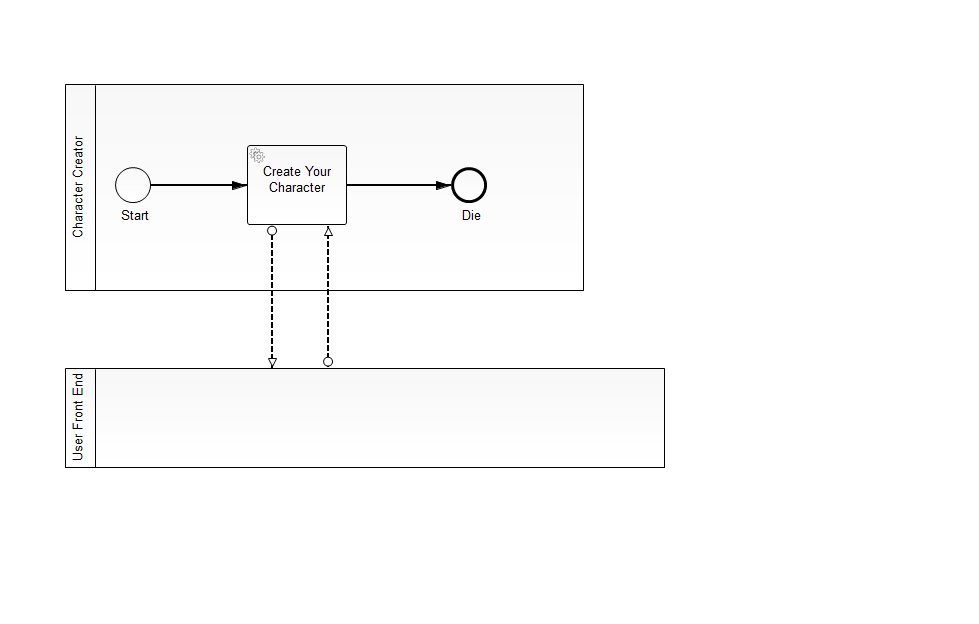
NPDeehan/bpmn-quest keeps this BPMN diagram as src/main/resources/createcharacter.png. Above is the earlier version. Its source is kept beside it as src/main/resources/createcharacter.bpmn. Ids are renumbered. Its diagram source:
```xml
<bpmn2:definitions xmlns:xsi="http://www.w3.org/2001/XMLSchema-instance" xmlns:bpmn2="http://www.omg.org/spec/BPMN/20100524/MODEL" xmlns:bpmndi="http://www.omg.org/spec/BPMN/20100524/DI" xmlns:camunda="http://activiti.org/bpmn" xmlns:dc="http://www.omg.org/spec/DD/20100524/DC" xmlns:di="http://www.omg.org/spec/DD/20100524/DI" xsi:schemaLocation="http://www.omg.org/spec/BPMN/20100524/MODEL BPMN20.xsd" id="Definitions_1" exporter="camunda modeler" exporterVersion="2.7.0" targetNamespace="http://www.example.org/bpmn">
  <bpmn2:collaboration id="Collaboration_1" name="Default Collaboration">
    <bpmn2:participant id="createCharacter" name="Character Creator" processRef="CharacterCreator"/>
    <bpmn2:participant id="user-front-end" name="User Front End"/>
    <bpmn2:messageFlow id="MessageFlow_1" name="" sourceRef="UserTask_1" targetRef="user-front-end"/>
    <bpmn2:messageFlow id="MessageFlow_3" name="" sourceRef="user-front-end" targetRef="UserTask_1"/>
  </bpmn2:collaboration>
  <bpmn2:process id="CharacterCreator" name="CharacterCreator" isExecutable="true">
    <bpmn2:startEvent id="StartEvent_1" name="Start">
      <bpmn2:outgoing>SequenceFlow_1</bpmn2:outgoing>
    </bpmn2:startEvent>
    <bpmn2:endEvent id="EndEvent_1" name="Die">
      <bpmn2:incoming>SequenceFlow_2</bpmn2:incoming>
    </bpmn2:endEvent>
    <bpmn2:sequenceFlow id="SequenceFlow_1" sourceRef="StartEvent_1" targetRef="UserTask_1"/>
    <bpmn2:serviceTask id="UserTask_1" name="Create Your Character">
      <bpmn2:incoming>SequenceFlow_1</bpmn2:incoming>
      <bpmn2:outgoing>SequenceFlow_2</bpmn2:outgoing>
    </bpmn2:serviceTask>
    <bpmn2:sequenceFlow id="SequenceFlow_2" name="" sourceRef="UserTask_1" targetRef="EndEvent_1"/>
  </bpmn2:process>
  <bpmndi:BPMNDiagram id="BPMNDiagram_1" name="Default Collaboration Diagram">
    <bpmndi:BPMNPlane id="BPMNPlane_1" bpmnElement="Collaboration_1">
      <bpmndi:BPMNShape id="BPMNShape_1" bpmnElement="createCharacter" isHorizontal="true">
        <dc:Bounds height="207.0" width="519.0" x="65.0" y="84.0"/>
      </bpmndi:BPMNShape>
      <bpmndi:BPMNShape id="BPMNShape_StartEvent_1" bpmnElement="StartEvent_1">
        <dc:Bounds height="36.0" width="36.0" x="115.0" y="167.0"/>
        <bpmndi:BPMNLabel>
          <dc:Bounds height="0.0" width="0.0" x="136.0" y="205.0"/>
        </bpmndi:BPMNLabel>
      </bpmndi:BPMNShape>
      <bpmndi:BPMNShape id="BPMNShape_EndEvent_1" bpmnElement="EndEvent_1">
        <dc:Bounds height="36.0" width="36.0" x="451.0" y="167.0"/>
        <bpmndi:BPMNLabel>
          <dc:Bounds height="0.0" width="0.0" x="472.0" y="205.0"/>
        </bpmndi:BPMNLabel>
      </bpmndi:BPMNShape>
      <bpmndi:BPMNEdge id="BPMNEdge_SequenceFlow_1" bpmnElement="SequenceFlow_1" sourceElement="BPMNShape_StartEvent_1" targetElement="_BPMNShape_UserTask_2">
        <di:waypoint xsi:type="dc:Point" x="151.0" y="185.0"/>
        <di:waypoint xsi:type="dc:Point" x="247.0" y="185.0"/>
        <bpmndi:BPMNLabel>
          <dc:Bounds height="0.0" width="0.0" x="176.0" y="185.0"/>
        </bpmndi:BPMNLabel>
      </bpmndi:BPMNEdge>
      <bpmndi:BPMNShape id="_BPMNShape_UserTask_2" bpmnElement="UserTask_1">
        <dc:Bounds height="80.0" width="100.0" x="247.0" y="145.0"/>
      </bpmndi:BPMNShape>
      <bpmndi:BPMNEdge id="BPMNEdge_SequenceFlow_2" bpmnElement="SequenceFlow_2" sourceElement="_BPMNShape_UserTask_2" targetElement="BPMNShape_EndEvent_1">
        <di:waypoint xsi:type="dc:Point" x="347.0" y="185.0"/>
        <di:waypoint xsi:type="dc:Point" x="451.0" y="185.0"/>
        <bpmndi:BPMNLabel>
          <dc:Bounds height="6.0" width="6.0" x="377.0" y="185.0"/>
        </bpmndi:BPMNLabel>
      </bpmndi:BPMNEdge>
      <bpmndi:BPMNShape id="_BPMNShape_Participant_2" bpmnElement="user-front-end" isHorizontal="true">
        <dc:Bounds height="100.0" width="600.0" x="65.0" y="368.0"/>
      </bpmndi:BPMNShape>
      <bpmndi:BPMNEdge id="BPMNEdge_MessageFlow_1" bpmnElement="MessageFlow_1" sourceElement="_BPMNShape_UserTask_2" targetElement="_BPMNShape_Participant_2">
        <di:waypoint xsi:type="dc:Point" x="272.0" y="225.0"/>
        <di:waypoint xsi:type="dc:Point" x="272.0" y="368.0"/>
        <bpmndi:BPMNLabel>
          <dc:Bounds height="6.0" width="6.0" x="316.0" y="259.0"/>
        </bpmndi:BPMNLabel>
      </bpmndi:BPMNEdge>
      <bpmndi:BPMNEdge id="BPMNEdge_MessageFlow_3" bpmnElement="MessageFlow_3" sourceElement="_BPMNShape_Participant_2" targetElement="_BPMNShape_UserTask_2">
        <di:waypoint xsi:type="dc:Point" x="328.0" y="367.0"/>
        <di:waypoint xsi:type="dc:Point" x="328.0" y="225.0"/>
      </bpmndi:BPMNEdge>
    </bpmndi:BPMNPlane>
  </bpmndi:BPMNDiagram>
</bpmn2:definitions>
```
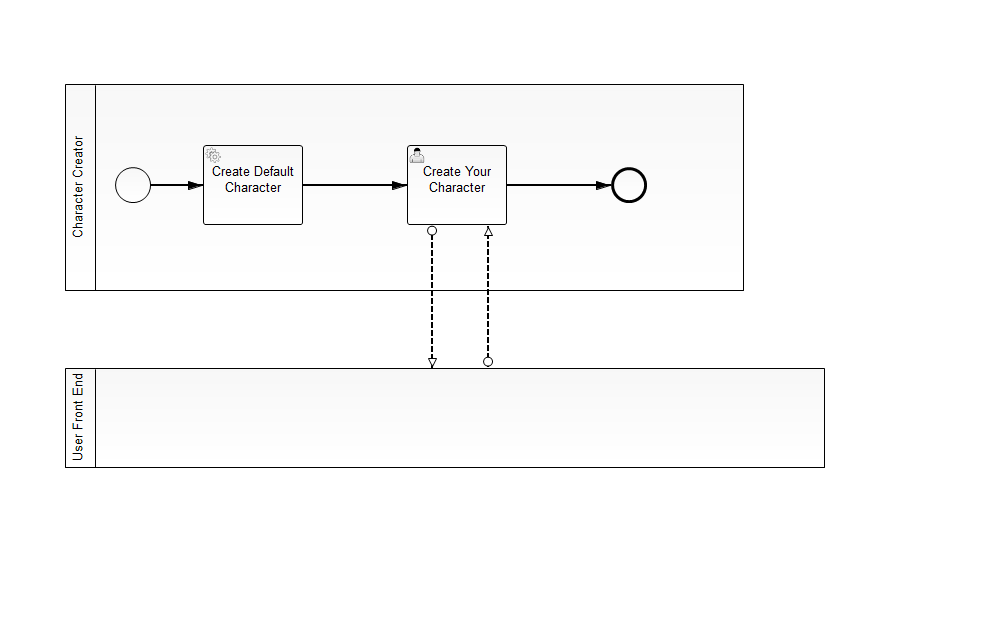
Above is the later version.

The edit, as a diff of the source:
```diff
@@ -1,71 +1,199 @@
-<bpmn2:definitions xmlns:xsi="http://www.w3.org/2001/XMLSchema-instance" xmlns:bpmn2="http://www.omg.org/spec/BPMN/20100524/MODEL" xmlns:bpmndi="http://www.omg.org/spec/BPMN/20100524/DI" xmlns:camunda="http://activiti.org/bpmn" xmlns:dc="http://www.omg.org/spec/DD/20100524/DC" xmlns:di="http://www.omg.org/spec/DD/20100524/DI" xsi:schemaLocation="http://www.omg.org/spec/BPMN/20100524/MODEL BPMN20.xsd" id="Definitions_1" exporter="camunda modeler" exporterVersion="2.7.0" targetNamespace="http://www.example.org/bpmn">
+<bpmn2:definitions xmlns:bpmn2="http://www.omg.org/spec/BPMN/20100524/MODEL" xmlns:camunda="http://activiti.org/bpmn" xmlns:bpmndi="http://www.omg.org/spec/BPMN/20100524/DI" xmlns:di="http://www.omg.org/spec/DD/20100524/DI" xmlns:dc="http://www.omg.org/spec/DD/20100524/DC" xmlns:xsi="http://www.w3.org/2001/XMLSchema-instance" id="Definitions_1" targetNamespace="http://www.example.org/bpmn" exporter="camunda modeler" exporterVersion="2.7.0" xsi:schemaLocation="http://www.omg.org/spec/BPMN/20100524/MODEL BPMN20.xsd">
   <bpmn2:collaboration id="Collaboration_1" name="Default Collaboration">
-    <bpmn2:participant id="createCharacter" name="Character Creator" processRef="CharacterCreator"/>
-    <bpmn2:participant id="user-front-end" name="User Front End"/>
-    <bpmn2:messageFlow id="MessageFlow_1" name="" sourceRef="UserTask_1" targetRef="user-front-end"/>
-    <bpmn2:messageFlow id="MessageFlow_3" name="" sourceRef="user-front-end" targetRef="UserTask_1"/>
+    <bpmn2:participant id="createCharacter" name="Character Creator" processRef="CharacterCreator" />
+    <bpmn2:participant id="user-front-end" name="User Front End" />
+    <bpmn2:messageFlow id="MessageFlow_1" name="" sourceRef="UserTask_n1" targetRef="user-front-end" />
+    <bpmn2:messageFlow id="MessageFlow_3" name="" sourceRef="user-front-end" targetRef="UserTask_n1" />
   </bpmn2:collaboration>
   <bpmn2:process id="CharacterCreator" name="CharacterCreator" isExecutable="true">
-    <bpmn2:startEvent id="StartEvent_1" name="Start">
+    <bpmn2:startEvent id="StartEvent_1">
       <bpmn2:outgoing>SequenceFlow_1</bpmn2:outgoing>
     </bpmn2:startEvent>
-    <bpmn2:endEvent id="EndEvent_1" name="Die">
-      <bpmn2:incoming>SequenceFlow_2</bpmn2:incoming>
+    <bpmn2:sequenceFlow id="SequenceFlow_1" sourceRef="StartEvent_1" targetRef="ServiceTask_n2" />
+    <bpmn2:sequenceFlow id="SequenceFlow_n3" sourceRef="ServiceTask_n2" targetRef="UserTask_n1" />
+    <bpmn2:serviceTask id="ServiceTask_n2" name="Create Default Character" camunda:class="org.camunda.bpmn.quest.CharacterCreator.CreateCharacterDelegate">
+      <bpmn2:incoming>SequenceFlow_1</bpmn2:incoming>
+      <bpmn2:outgoing>SequenceFlow_n3</bpmn2:outgoing>
+    </bpmn2:serviceTask>
+    <bpmn2:userTask id="UserTask_n1" name="Create Your Character">
+      <bpmn2:incoming>SequenceFlow_n3</bpmn2:incoming>
+      <bpmn2:outgoing>SequenceFlow_n4</bpmn2:outgoing>
+    </bpmn2:userTask>
+    <bpmn2:sequenceFlow id="SequenceFlow_n4" sourceRef="UserTask_n1" targetRef="UserTask_n5" />
+    <bpmn2:userTask id="UserTask_n5" name="Fight or Flee">
+      <bpmn2:incoming>SequenceFlow_n4</bpmn2:incoming>
+      <bpmn2:outgoing>SequenceFlow_n6</bpmn2:outgoing>
+    </bpmn2:userTask>
+    <bpmn2:exclusiveGateway id="ExclusiveGateway_n7" name="Wanna Fight?">
+      <bpmn2:incoming>SequenceFlow_n6</bpmn2:incoming>
+      <bpmn2:outgoing>SequenceFlow_n8</bpmn2:outgoing>
+      <bpmn2:outgoing>SequenceFlow_n9</bpmn2:outgoing>
+    </bpmn2:exclusiveGateway>
+    <bpmn2:sequenceFlow id="SequenceFlow_n6" sourceRef="UserTask_n5" targetRef="ExclusiveGateway_n7" />
+    <bpmn2:sequenceFlow id="SequenceFlow_n8" name="NO!" sourceRef="ExclusiveGateway_n7" targetRef="UserTask_n10" />
+    <bpmn2:sequenceFlow id="SequenceFlow_n9" name="Yes!" sourceRef="ExclusiveGateway_n7" targetRef="ServiceTask_n11" />
+    <bpmn2:exclusiveGateway id="ExclusiveGateway_n12">
+      <bpmn2:incoming>SequenceFlow_n13</bpmn2:incoming>
+      <bpmn2:incoming>SequenceFlow_n14</bpmn2:incoming>
+      <bpmn2:outgoing>SequenceFlow_n15</bpmn2:outgoing>
+    </bpmn2:exclusiveGateway>
+    <bpmn2:sequenceFlow id="SequenceFlow_n14" sourceRef="UserTask_n10" targetRef="ExclusiveGateway_n12" />
+    <bpmn2:sequenceFlow id="SequenceFlow_n13" sourceRef="UserTask_n16" targetRef="ExclusiveGateway_n12" />
+    <bpmn2:sequenceFlow id="SequenceFlow_n17" sourceRef="ServiceTask_n11" targetRef="UserTask_n16" />
+    <bpmn2:userTask id="UserTask_n10">
+      <bpmn2:incoming>SequenceFlow_n8</bpmn2:incoming>
+      <bpmn2:outgoing>SequenceFlow_n14</bpmn2:outgoing>
+    </bpmn2:userTask>
+    <bpmn2:serviceTask id="ServiceTask_n11" name="Start fight">
+      <bpmn2:incoming>SequenceFlow_n9</bpmn2:incoming>
+      <bpmn2:outgoing>SequenceFlow_n17</bpmn2:outgoing>
+    </bpmn2:serviceTask>
+    <bpmn2:userTask id="UserTask_n16" name="View Fight Restult">
+      <bpmn2:incoming>SequenceFlow_n17</bpmn2:incoming>
+      <bpmn2:outgoing>SequenceFlow_n13</bpmn2:outgoing>
+    </bpmn2:userTask>
+    <bpmn2:sequenceFlow id="SequenceFlow_n15" sourceRef="ExclusiveGateway_n12" targetRef="EndEvent_n18" />
+    <bpmn2:endEvent id="EndEvent_n18">
+      <bpmn2:incoming>SequenceFlow_n15</bpmn2:incoming>
     </bpmn2:endEvent>
-    <bpmn2:sequenceFlow id="SequenceFlow_1" sourceRef="StartEvent_1" targetRef="UserTask_1"/>
-    <bpmn2:serviceTask id="UserTask_1" name="Create Your Character">
-      <bpmn2:incoming>SequenceFlow_1</bpmn2:incoming>
-      <bpmn2:outgoing>SequenceFlow_2</bpmn2:outgoing>
-    </bpmn2:serviceTask>
-    <bpmn2:sequenceFlow id="SequenceFlow_2" name="" sourceRef="UserTask_1" targetRef="EndEvent_1"/>
   </bpmn2:process>
-  <bpmndi:BPMNDiagram id="BPMNDiagram_1" name="Default Collaboration Diagram">
+  <bpmndi:BPMNDiagram id="BPMNDiagram_1" di:name="Default Collaboration Diagram">
     <bpmndi:BPMNPlane id="BPMNPlane_1" bpmnElement="Collaboration_1">
       <bpmndi:BPMNShape id="BPMNShape_1" bpmnElement="createCharacter" isHorizontal="true">
-        <dc:Bounds height="207.0" width="519.0" x="65.0" y="84.0"/>
+        <dc:Bounds x="65" y="-94" width="2011" height="527" />
       </bpmndi:BPMNShape>
       <bpmndi:BPMNShape id="BPMNShape_StartEvent_1" bpmnElement="StartEvent_1">
-        <dc:Bounds height="36.0" width="36.0" x="115.0" y="167.0"/>
+        <dc:Bounds x="115" y="167" width="36" height="36" />
         <bpmndi:BPMNLabel>
-          <dc:Bounds height="0.0" width="0.0" x="136.0" y="205.0"/>
+          <dc:Bounds x="136" y="205" width="0" height="0" />
         </bpmndi:BPMNLabel>
       </bpmndi:BPMNShape>
-      <bpmndi:BPMNShape id="BPMNShape_EndEvent_1" bpmnElement="EndEvent_1">
-        <dc:Bounds height="36.0" width="36.0" x="451.0" y="167.0"/>
+      <bpmndi:BPMNEdge id="BPMNEdge_SequenceFlow_1" bpmnElement="SequenceFlow_1" sourceElement="BPMNShape_StartEvent_1">
+        <di:waypoint xsi:type="dc:Point" x="151" y="185" />
+        <di:waypoint xsi:type="dc:Point" x="203" y="185" />
         <bpmndi:BPMNLabel>
-          <dc:Bounds height="0.0" width="0.0" x="472.0" y="205.0"/>
-        </bpmndi:BPMNLabel>
-      </bpmndi:BPMNShape>
-      <bpmndi:BPMNEdge id="BPMNEdge_SequenceFlow_1" bpmnElement="SequenceFlow_1" sourceElement="BPMNShape_StartEvent_1" targetElement="_BPMNShape_UserTask_2">
-        <di:waypoint xsi:type="dc:Point" x="151.0" y="185.0"/>
-        <di:waypoint xsi:type="dc:Point" x="247.0" y="185.0"/>
-        <bpmndi:BPMNLabel>
-          <dc:Bounds height="0.0" width="0.0" x="176.0" y="185.0"/>
-        </bpmndi:BPMNLabel>
-      </bpmndi:BPMNEdge>
-      <bpmndi:BPMNShape id="_BPMNShape_UserTask_2" bpmnElement="UserTask_1">
-        <dc:Bounds height="80.0" width="100.0" x="247.0" y="145.0"/>
-      </bpmndi:BPMNShape>
-      <bpmndi:BPMNEdge id="BPMNEdge_SequenceFlow_2" bpmnElement="SequenceFlow_2" sourceElement="_BPMNShape_UserTask_2" targetElement="BPMNShape_EndEvent_1">
-        <di:waypoint xsi:type="dc:Point" x="347.0" y="185.0"/>
-        <di:waypoint xsi:type="dc:Point" x="451.0" y="185.0"/>
-        <bpmndi:BPMNLabel>
-          <dc:Bounds height="6.0" width="6.0" x="377.0" y="185.0"/>
+          <dc:Bounds x="176" y="185" width="0" height="0" />
         </bpmndi:BPMNLabel>
       </bpmndi:BPMNEdge>
       <bpmndi:BPMNShape id="_BPMNShape_Participant_2" bpmnElement="user-front-end" isHorizontal="true">
-        <dc:Bounds height="100.0" width="600.0" x="65.0" y="368.0"/>
+        <dc:Bounds x="55" y="621" width="1410" height="100" />
       </bpmndi:BPMNShape>
-      <bpmndi:BPMNEdge id="BPMNEdge_MessageFlow_1" bpmnElement="MessageFlow_1" sourceElement="_BPMNShape_UserTask_2" targetElement="_BPMNShape_Participant_2">
-        <di:waypoint xsi:type="dc:Point" x="272.0" y="225.0"/>
-        <di:waypoint xsi:type="dc:Point" x="272.0" y="368.0"/>
+      <bpmndi:BPMNEdge id="BPMNEdge_MessageFlow_1" bpmnElement="MessageFlow_1" targetElement="_BPMNShape_Participant_2">
+        <di:waypoint xsi:type="dc:Point" x="432" y="225" />
+        <di:waypoint xsi:type="dc:Point" x="432" y="621" />
         <bpmndi:BPMNLabel>
-          <dc:Bounds height="6.0" width="6.0" x="316.0" y="259.0"/>
+          <dc:Bounds x="434" y="259" width="90" height="6" />
         </bpmndi:BPMNLabel>
       </bpmndi:BPMNEdge>
-      <bpmndi:BPMNEdge id="BPMNEdge_MessageFlow_3" bpmnElement="MessageFlow_3" sourceElement="_BPMNShape_Participant_2" targetElement="_BPMNShape_UserTask_2">
-        <di:waypoint xsi:type="dc:Point" x="328.0" y="367.0"/>
-        <di:waypoint xsi:type="dc:Point" x="328.0" y="225.0"/>
+      <bpmndi:BPMNEdge id="BPMNEdge_MessageFlow_3" bpmnElement="MessageFlow_3" sourceElement="_BPMNShape_Participant_2">
+        <di:waypoint xsi:type="dc:Point" x="488" y="620" />
+        <di:waypoint xsi:type="dc:Point" x="488" y="225" />
+        <bpmndi:BPMNLabel>
+          <dc:Bounds x="446" y="283" width="90" height="20" />
+        </bpmndi:BPMNLabel>
+      </bpmndi:BPMNEdge>
+      <bpmndi:BPMNEdge id="SequenceFlow_n3_di" bpmnElement="SequenceFlow_n3">
+        <di:waypoint xsi:type="dc:Point" x="303" y="185" />
+        <di:waypoint xsi:type="dc:Point" x="407" y="185" />
+        <bpmndi:BPMNLabel>
+          <dc:Bounds x="280" y="175" width="90" height="20" />
+        </bpmndi:BPMNLabel>
+      </bpmndi:BPMNEdge>
+      <bpmndi:BPMNShape id="UserTask_n1_di" bpmnElement="UserTask_n1">
+        <dc:Bounds x="407" y="145" width="100" height="80" />
+      </bpmndi:BPMNShape>
+      <bpmndi:BPMNShape id="ServiceTask_n2_di" bpmnElement="ServiceTask_n2">
+        <dc:Bounds x="203" y="145" width="100" height="80" />
+      </bpmndi:BPMNShape>
+      <bpmndi:BPMNEdge id="SequenceFlow_n4_di" bpmnElement="SequenceFlow_n4">
+        <di:waypoint xsi:type="dc:Point" x="507" y="185" />
+        <di:waypoint xsi:type="dc:Point" x="581" y="185" />
+        <bpmndi:BPMNLabel>
+          <dc:Bounds x="499" y="175" width="90" height="20" />
+        </bpmndi:BPMNLabel>
+      </bpmndi:BPMNEdge>
+      <bpmndi:BPMNShape id="UserTask_n5_di" bpmnElement="UserTask_n5">
+        <dc:Bounds x="580.9400299850075" y="145" width="100" height="80" />
+      </bpmndi:BPMNShape>
+      <bpmndi:BPMNShape id="ExclusiveGateway_n7_di" bpmnElement="ExclusiveGateway_n7" isMarkerVisible="true">
+        <dc:Bounds x="764.9400299850075" y="160" width="50" height="50" />
+        <bpmndi:BPMNLabel>
+          <dc:Bounds x="814.9400299850075" y="175" width="90" height="20" />
+        </bpmndi:BPMNLabel>
+      </bpmndi:BPMNShape>
+      <bpmndi:BPMNEdge id="SequenceFlow_n6_di" bpmnElement="SequenceFlow_n6">
+        <di:waypoint xsi:type="dc:Point" x="681" y="185" />
+        <di:waypoint xsi:type="dc:Point" x="765" y="185" />
+        <bpmndi:BPMNLabel>
+          <dc:Bounds x="678" y="175" width="90" height="20" />
+        </bpmndi:BPMNLabel>
+      </bpmndi:BPMNEdge>
+      <bpmndi:BPMNEdge id="SequenceFlow_n8_di" bpmnElement="SequenceFlow_n8">
+        <di:waypoint xsi:type="dc:Point" x="790" y="160" />
+        <di:waypoint xsi:type="dc:Point" x="790" y="38" />
+        <di:waypoint xsi:type="dc:Point" x="1137" y="38" />
+        <bpmndi:BPMNLabel>
+          <dc:Bounds x="727" y="138" width="90" height="20" />
+        </bpmndi:BPMNLabel>
+      </bpmndi:BPMNEdge>
+      <bpmndi:BPMNEdge id="SequenceFlow_n9_di" bpmnElement="SequenceFlow_n9">
+        <di:waypoint xsi:type="dc:Point" x="790" y="210" />
+        <di:waypoint xsi:type="dc:Point" x="790" y="283" />
+        <di:waypoint xsi:type="dc:Point" x="906" y="283" />
+        <bpmndi:BPMNLabel>
+          <dc:Bounds x="724" y="221.5" width="90" height="20" />
+        </bpmndi:BPMNLabel>
+      </bpmndi:BPMNEdge>
+      <bpmndi:BPMNShape id="ExclusiveGateway_n12_di" bpmnElement="ExclusiveGateway_n12" isMarkerVisible="true">
+        <dc:Bounds x="1314.9400299850076" y="160" width="50" height="50" />
+        <bpmndi:BPMNLabel>
+          <dc:Bounds x="1294.9400299850076" y="210" width="90" height="20" />
+        </bpmndi:BPMNLabel>
+      </bpmndi:BPMNShape>
+      <bpmndi:BPMNEdge id="SequenceFlow_n13_di" bpmnElement="SequenceFlow_n13">
+        <di:waypoint xsi:type="dc:Point" x="1237" y="283" />
+        <di:waypoint xsi:type="dc:Point" x="1340" y="283" />
+        <di:waypoint xsi:type="dc:Point" x="1340" y="210" />
+        <bpmndi:BPMNLabel>
+          <dc:Bounds x="1243.5" y="273" width="90" height="20" />
+        </bpmndi:BPMNLabel>
+      </bpmndi:BPMNEdge>
+      <bpmndi:BPMNEdge id="SequenceFlow_n14_di" bpmnElement="SequenceFlow_n14">
+        <di:waypoint xsi:type="dc:Point" x="1237" y="38" />
+        <di:waypoint xsi:type="dc:Point" x="1340" y="38" />
+        <di:waypoint xsi:type="dc:Point" x="1340" y="160" />
+        <bpmndi:BPMNLabel>
+          <dc:Bounds x="1243.5" y="28" width="90" height="20" />
+        </bpmndi:BPMNLabel>
+      </bpmndi:BPMNEdge>
+      <bpmndi:BPMNShape id="EndEvent_n18_di" bpmnElement="EndEvent_n18">
+        <dc:Bounds x="1473.9400299850076" y="167" width="36" height="36" />
+        <bpmndi:BPMNLabel>
+          <dc:Bounds x="1446.9400299850076" y="203" width="90" height="20" />
+        </bpmndi:BPMNLabel>
+      </bpmndi:BPMNShape>
+      <bpmndi:BPMNEdge id="SequenceFlow_n17_di" bpmnElement="SequenceFlow_n17">
+        <di:waypoint xsi:type="dc:Point" x="1006" y="283" />
+        <di:waypoint xsi:type="dc:Point" x="1137" y="283" />
+        <bpmndi:BPMNLabel>
+          <dc:Bounds x="1026.5" y="273" width="90" height="20" />
+        </bpmndi:BPMNLabel>
+      </bpmndi:BPMNEdge>
+      <bpmndi:BPMNShape id="UserTask_n10_di" bpmnElement="UserTask_n10">
+        <dc:Bounds x="1136.9400299850076" y="-2.319340329835086" width="100" height="80" />
+      </bpmndi:BPMNShape>
+      <bpmndi:BPMNShape id="ServiceTask_n11_di" bpmnElement="ServiceTask_n11">
+        <dc:Bounds x="905.9400299850075" y="243" width="100" height="80" />
+      </bpmndi:BPMNShape>
+      <bpmndi:BPMNShape id="UserTask_n16_di" bpmnElement="UserTask_n16">
+        <dc:Bounds x="1137" y="242.6806596701649" width="100" height="80" />
+      </bpmndi:BPMNShape>
+      <bpmndi:BPMNEdge id="SequenceFlow_n15_di" bpmnElement="SequenceFlow_n15">
+        <di:waypoint xsi:type="dc:Point" x="1365" y="185" />
+        <di:waypoint xsi:type="dc:Point" x="1474" y="185" />
+        <bpmndi:BPMNLabel>
+          <dc:Bounds x="1464.5" y="175" width="90" height="20" />
+        </bpmndi:BPMNLabel>
       </bpmndi:BPMNEdge>
     </bpmndi:BPMNPlane>
   </bpmndi:BPMNDiagram>
```
